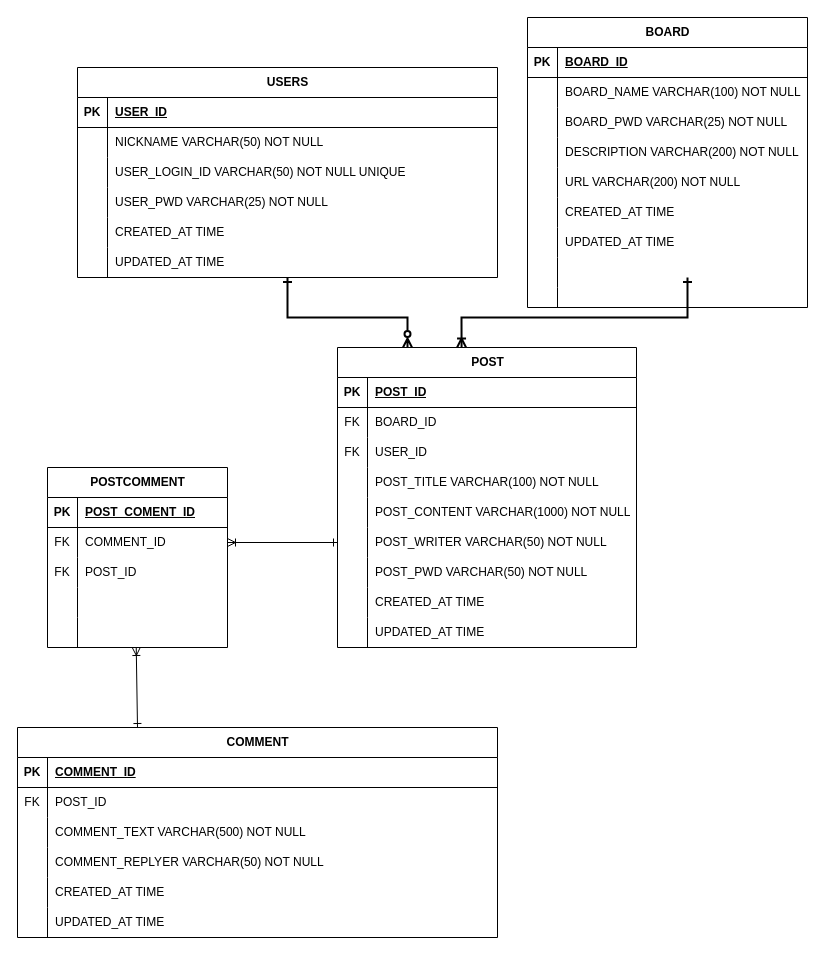
Above: dev-kor-erd.drawio in choiminwoo2/data-storage (draw.io), before the change. Source tidied: cells renumbered, new cells numbered last; positions are measured from the earlier drawing's top-left corner, leaving out a move shared by most shapes. Both pictures are drawn from the tidied source at 100%, with x=0, y=0 at pixel (17, 17).
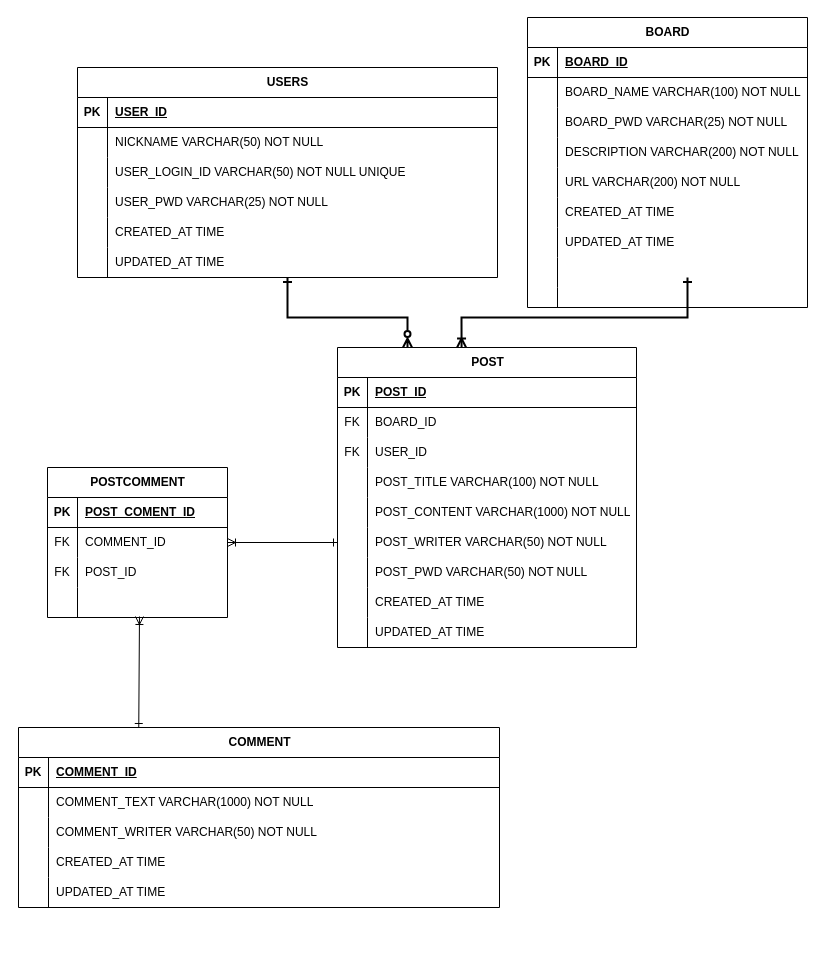
Above is the later version.

Unchanged cells that the change refers to:
```xml
<mxCell id="108" style="shape=tableRow;horizontal=0;startSize=0;swimlaneHead=0;swimlaneBody=0;fillColor=none;points=[[0,0.5],[1,0.5]];portConstraint=eastwest;top=0;left=0;right=0;bottom=0;" parent="98" vertex="1">
  <mxGeometry y="120" width="180" height="30" as="geometry" />
</mxCell>
```

Diff of the diagram source:
```diff
@@
     <mxCell id="59" value="COMMENT" style="shape=table;startSize=30;childLayout=tableLayout;rowLines=0;fontStyle=1;align=center;html=1;" parent="1" vertex="1">
-      <mxGeometry y="710" width="480" height="210" as="geometry" />
+      <mxGeometry x="1" y="710" width="481" height="180" as="geometry" />
     </mxCell>
     <mxCell id="60" style="shape=tableRow;horizontal=0;startSize=0;swimlaneHead=0;swimlaneBody=0;fillColor=none;top=0;left=0;right=0;bottom=1;" parent="59" vertex="1">
-      <mxGeometry y="30" width="480" height="30" as="geometry" />
+      <mxGeometry y="30" width="481" height="30" as="geometry" />
     </mxCell>
@@
     <mxCell id="62" value="COMMENT_ID" style="shape=partialRectangle;fillColor=none;top=0;left=0;bottom=0;right=0;align=left;spacingLeft=6;fontStyle=5;overflow=hidden;whiteSpace=wrap;html=1;" parent="60" vertex="1">
-      <mxGeometry x="30" width="450" height="30" as="geometry" />
+      <mxGeometry x="30" width="451" height="30" as="geometry" />
     </mxCell>
-    <mxCell id="63" style="shape=tableRow;horizontal=0;startSize=0;swimlaneHead=0;swimlaneBody=0;fillColor=none;top=0;left=0;right=0;bottom=0;" parent="59" vertex="1">
-      <mxGeometry y="60" width="480" height="30" as="geometry" />
-    </mxCell>
-    <mxCell id="64" value="FK" style="shape=partialRectangle;fillColor=none;top=0;left=0;bottom=0;right=0;overflow=hidden;whiteSpace=wrap;html=1;" parent="63" vertex="1">
-      <mxGeometry width="30" height="30" as="geometry" />
-    </mxCell>
-    <mxCell id="65" value="POST_ID" style="shape=partialRectangle;fillColor=none;top=0;left=0;bottom=0;right=0;align=left;spacingLeft=6;overflow=hidden;whiteSpace=wrap;html=1;" parent="63" vertex="1">
-      <mxGeometry x="30" width="450" height="30" as="geometry" />
-    </mxCell>
     <mxCell id="66" style="shape=tableRow;horizontal=0;startSize=0;swimlaneHead=0;swimlaneBody=0;fillColor=none;top=0;left=0;right=0;bottom=0;" parent="59" vertex="1">
-      <mxGeometry y="90" width="480" height="30" as="geometry" />
+      <mxGeometry y="60" width="481" height="30" as="geometry" />
     </mxCell>
@@
-    <mxCell id="68" value="COMMENT_TEXT VARCHAR(500) NOT NULL" style="shape=partialRectangle;fillColor=none;top=0;left=0;bottom=0;right=0;align=left;spacingLeft=6;overflow=hidden;whiteSpace=wrap;html=1;" parent="66" vertex="1">
-      <mxGeometry x="30" width="450" height="30" as="geometry" />
+    <mxCell id="68" value="COMMENT_TEXT VARCHAR(1000) NOT NULL" style="shape=partialRectangle;fillColor=none;top=0;left=0;bottom=0;right=0;align=left;spacingLeft=6;overflow=hidden;whiteSpace=wrap;html=1;" parent="66" vertex="1">
+      <mxGeometry x="30" width="451" height="30" as="geometry" />
     </mxCell>
     <mxCell id="69" style="shape=tableRow;horizontal=0;startSize=0;swimlaneHead=0;swimlaneBody=0;fillColor=none;top=0;left=0;right=0;bottom=0;" parent="59" vertex="1">
-      <mxGeometry y="120" width="480" height="30" as="geometry" />
+      <mxGeometry y="90" width="481" height="30" as="geometry" />
     </mxCell>
@@
-    <mxCell id="71" value="COMMENT_REPLYER VARCHAR(50) NOT NULL" style="shape=partialRectangle;fillColor=none;top=0;left=0;bottom=0;right=0;align=left;spacingLeft=6;overflow=hidden;whiteSpace=wrap;html=1;" parent="69" vertex="1">
-      <mxGeometry x="30" width="450" height="30" as="geometry" />
+    <mxCell id="71" value="COMMENT_WRITER VARCHAR(50) NOT NULL" style="shape=partialRectangle;fillColor=none;top=0;left=0;bottom=0;right=0;align=left;spacingLeft=6;overflow=hidden;whiteSpace=wrap;html=1;" parent="69" vertex="1">
+      <mxGeometry x="30" width="451" height="30" as="geometry" />
     </mxCell>
     <mxCell id="72" style="shape=tableRow;horizontal=0;startSize=0;swimlaneHead=0;swimlaneBody=0;fillColor=none;top=0;left=0;right=0;bottom=0;" parent="59" vertex="1">
-      <mxGeometry y="150" width="480" height="30" as="geometry" />
+      <mxGeometry y="120" width="481" height="30" as="geometry" />
     </mxCell>
@@
     <mxCell id="74" value="CREATED_AT TIME" style="shape=partialRectangle;fillColor=none;top=0;left=0;bottom=0;right=0;align=left;spacingLeft=6;overflow=hidden;whiteSpace=wrap;html=1;" parent="72" vertex="1">
-      <mxGeometry x="30" width="450" height="30" as="geometry" />
+      <mxGeometry x="30" width="451" height="30" as="geometry" />
     </mxCell>
     <mxCell id="75" style="shape=tableRow;horizontal=0;startSize=0;swimlaneHead=0;swimlaneBody=0;fillColor=none;top=0;left=0;right=0;bottom=0;" parent="59" vertex="1">
-      <mxGeometry y="180" width="480" height="30" as="geometry" />
+      <mxGeometry y="150" width="481" height="30" as="geometry" />
     </mxCell>
@@
     <mxCell id="77" value="UPDATED_AT TIME" style="shape=partialRectangle;fillColor=none;top=0;left=0;bottom=0;right=0;align=left;spacingLeft=6;overflow=hidden;whiteSpace=wrap;html=1;" parent="75" vertex="1">
-      <mxGeometry x="30" width="450" height="30" as="geometry" />
+      <mxGeometry x="30" width="451" height="30" as="geometry" />
     </mxCell>
@@
     <mxCell id="98" value="POSTCOMMENT" style="shape=table;startSize=30;childLayout=tableLayout;rowLines=0;fontStyle=1;align=center;html=1;" parent="1" vertex="1">
-      <mxGeometry x="30" y="450" width="180" height="180" as="geometry" />
+      <mxGeometry x="30" y="450" width="180" height="150" as="geometry" />
     </mxCell>
@@
-    <mxCell id="111" style="shape=tableRow;horizontal=0;startSize=0;swimlaneHead=0;swimlaneBody=0;fillColor=none;points=[[0,0.5],[1,0.5]];portConstraint=eastwest;top=0;left=0;right=0;bottom=0;" parent="98" vertex="1">
-      <mxGeometry y="150" width="180" height="30" as="geometry" />
-    </mxCell>
-    <mxCell id="112" style="shape=partialRectangle;fillColor=none;top=0;left=0;bottom=0;right=0;overflow=hidden;whiteSpace=wrap;html=1;" parent="111" vertex="1">
-      <mxGeometry width="30" height="30" as="geometry" />
-    </mxCell>
-    <mxCell id="113" style="shape=partialRectangle;fillColor=none;top=0;left=0;bottom=0;right=0;align=left;spacingLeft=6;overflow=hidden;whiteSpace=wrap;html=1;" parent="111" vertex="1">
-      <mxGeometry x="30" width="150" height="30" as="geometry" />
-    </mxCell>
@@
-    <mxCell id="115" style="endArrow=ERoneToMany;html=1;rounded=0;entryX=0.493;entryY=1;entryDx=0;entryDy=0;entryPerimeter=0;exitX=0.25;exitY=0;exitDx=0;exitDy=0;startArrow=ERone;startFill=0;endFill=0;" parent="1" edge="1" source="59" target="111">
+    <mxCell id="115" style="endArrow=ERoneToMany;html=1;rounded=0;entryX=0.511;entryY=0.967;entryDx=0;entryDy=0;entryPerimeter=0;exitX=0.25;exitY=0;exitDx=0;exitDy=0;startArrow=ERone;startFill=0;endFill=0;" parent="1" edge="1" source="59" target="108">
       <mxGeometry relative="1" as="geometry" />
     </mxCell>
```
